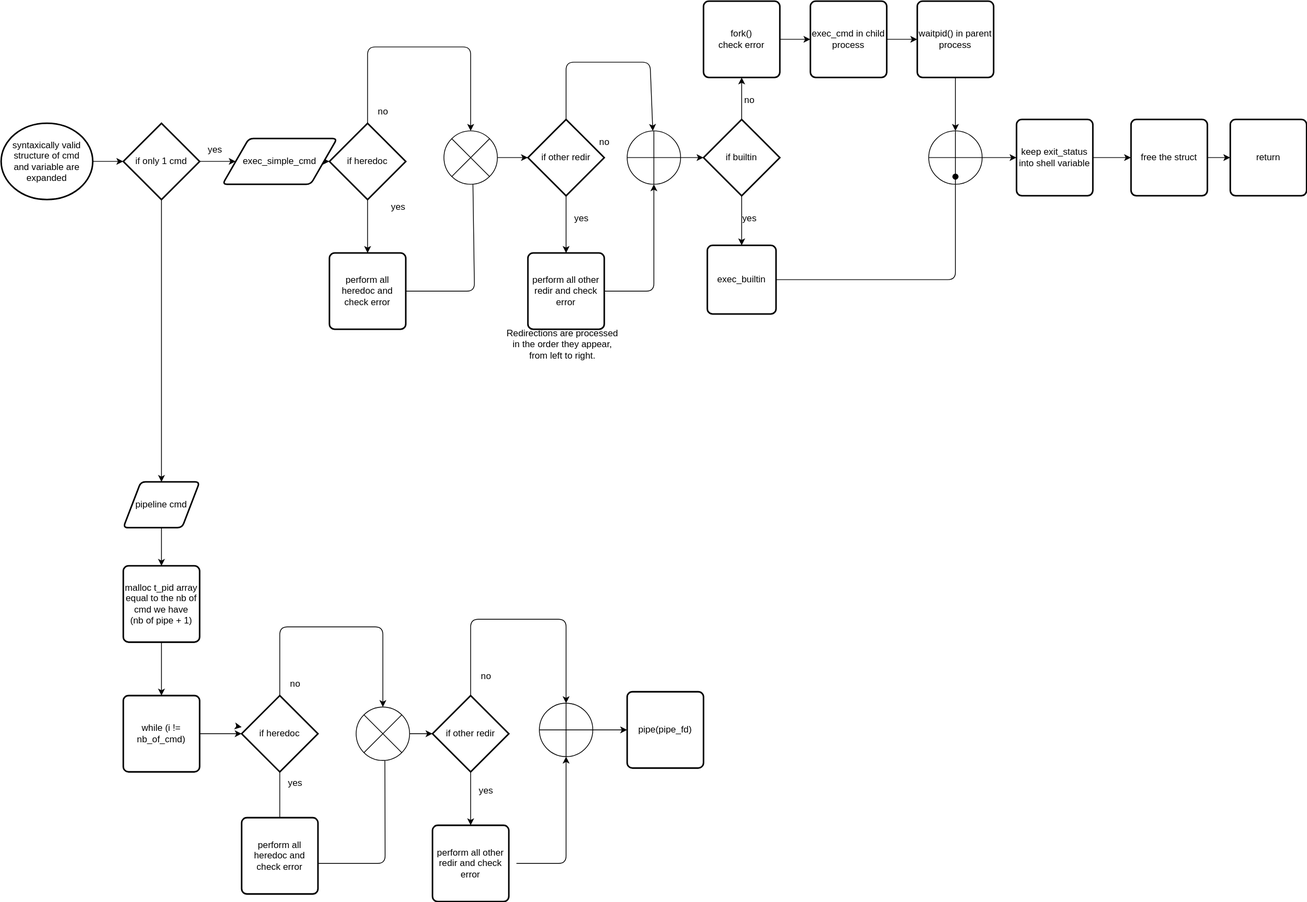
The draw.io diagram draws/execution.drawio.svg in csteylae/MiniTry, before a commit. Source tidied: cells renumbered, new cells last; positions are measured from the earlier drawing's top-left corner, leaving out a move shared by most shapes.
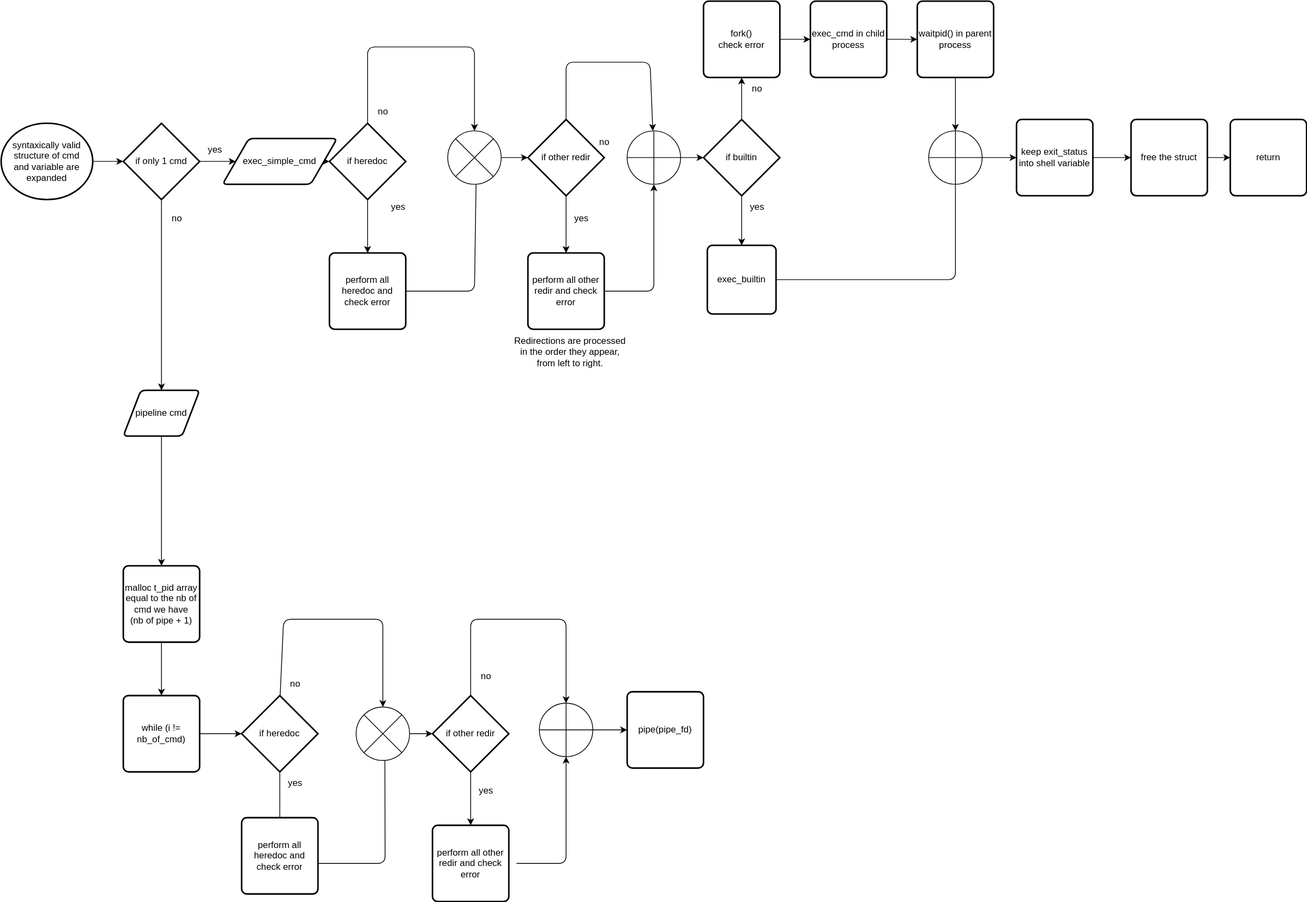
After the change.

The edit, as a diff of the source:
```diff
@@ -30,7 +30,7 @@
       <mxGeometry relative="1" as="geometry">
         <Array as="points">
           <mxPoint x="480" y="60" />
-          <mxPoint x="615" y="60" />
+          <mxPoint x="620" y="60" />
         </Array>
       </mxGeometry>
     </mxCell>
@@ -72,13 +72,13 @@
       <mxGeometry x="690" y="155" width="100" height="100" as="geometry" />
     </mxCell>
     <mxCell id="19" value="Redirections are processed &lt;br&gt;in the order they appear, &lt;br&gt;from left to right." style="text;html=1;align=center;verticalAlign=middle;strokeColor=none;fillColor=none;" parent="1" vertex="1">
-      <mxGeometry x="650" y="420" width="170" height="60" as="geometry" />
+      <mxGeometry x="660" y="430" width="170" height="60" as="geometry" />
     </mxCell>
     <mxCell id="20" style="edgeStyle=none;html=1;" parent="1" edge="1" source="21" target="18">
       <mxGeometry relative="1" as="geometry" />
     </mxCell>
     <mxCell id="21" style="verticalLabelPosition=bottom;verticalAlign=top;html=1;shape=mxgraph.flowchart.or;" parent="1" vertex="1">
-      <mxGeometry x="580" y="170" width="70" height="70" as="geometry" />
+      <mxGeometry x="585" y="170" width="70" height="70" as="geometry" />
     </mxCell>
     <mxCell id="22" style="edgeStyle=none;html=1;" parent="1" edge="1" source="23" target="27">
       <mxGeometry relative="1" as="geometry" />
@@ -100,8 +100,9 @@
     <mxCell id="27" value="if builtin" style="strokeWidth=2;html=1;shape=mxgraph.flowchart.decision;whiteSpace=wrap;" parent="1" vertex="1">
       <mxGeometry x="920" y="155" width="100" height="100" as="geometry" />
     </mxCell>
-    <mxCell id="28" style="edgeStyle=none;html=1;" parent="1" edge="1" source="29" target="54">
+    <mxCell id="28" style="edgeStyle=none;html=1;" parent="1" edge="1" source="29">
       <mxGeometry relative="1" as="geometry">
+        <mxPoint x="1250" y="230" as="targetPoint" />
         <Array as="points">
           <mxPoint x="1250" y="365" />
         </Array>
@@ -156,10 +157,10 @@
       <mxGeometry x="740" y="270" width="40" height="30" as="geometry" />
     </mxCell>
     <mxCell id="45" value="yes" style="text;html=1;align=center;verticalAlign=middle;strokeColor=none;fillColor=none;" parent="1" vertex="1">
-      <mxGeometry x="960" y="270" width="40" height="30" as="geometry" />
+      <mxGeometry x="970" y="255" width="40" height="30" as="geometry" />
     </mxCell>
     <mxCell id="46" value="no" style="text;html=1;align=center;verticalAlign=middle;strokeColor=none;fillColor=none;" parent="1" vertex="1">
-      <mxGeometry x="960" y="115" width="40" height="30" as="geometry" />
+      <mxGeometry x="970" y="100" width="40" height="30" as="geometry" />
     </mxCell>
     <mxCell id="47" style="verticalLabelPosition=bottom;verticalAlign=top;html=1;shape=mxgraph.flowchart.summing_function;" parent="1" vertex="1">
       <mxGeometry x="1215" y="170" width="70" height="70" as="geometry" />
@@ -174,7 +175,7 @@
       <mxGeometry relative="1" as="geometry" />
     </mxCell>
     <mxCell id="51" value="pipeline cmd" style="shape=parallelogram;html=1;strokeWidth=2;perimeter=parallelogramPerimeter;whiteSpace=wrap;rounded=1;arcSize=12;size=0.23;" parent="1" vertex="1">
-      <mxGeometry x="160" y="630" width="100" height="60" as="geometry" />
+      <mxGeometry x="160" y="510" width="100" height="60" as="geometry" />
     </mxCell>
     <mxCell id="52" style="edgeStyle=none;html=1;" parent="1" edge="1" source="53" target="56">
       <mxGeometry relative="1" as="geometry" />
@@ -182,20 +183,12 @@
     <mxCell id="53" value="malloc t_pid array equal to the nb of cmd we have &lt;br&gt;(nb of pipe + 1)" style="rounded=1;whiteSpace=wrap;html=1;absoluteArcSize=1;arcSize=14;strokeWidth=2;" parent="1" vertex="1">
       <mxGeometry x="160" y="740" width="100" height="100" as="geometry" />
     </mxCell>
-    <mxCell id="54" style="shape=waypoint;sketch=0;size=6;points=[];fillColor=default;perimeter=centerPerimeter;snapToPoint=1;rounded=1;arcSize=14;strokeWidth=2;" parent="1" vertex="1">
-      <mxGeometry x="1240" y="220" width="20" height="20" as="geometry" />
-    </mxCell>
     <mxCell id="55" style="edgeStyle=none;html=1;" parent="1" edge="1" source="56" target="60">
       <mxGeometry relative="1" as="geometry" />
     </mxCell>
     <mxCell id="56" value="while (i != nb_of_cmd)" style="rounded=1;whiteSpace=wrap;html=1;absoluteArcSize=1;arcSize=14;strokeWidth=2;" parent="1" vertex="1">
       <mxGeometry x="160" y="910" width="100" height="100" as="geometry" />
     </mxCell>
-    <mxCell id="57" style="edgeStyle=none;html=1;" parent="1" edge="1" target="60">
-      <mxGeometry relative="1" as="geometry">
-        <mxPoint x="307.8" y="950" as="sourcePoint" />
-      </mxGeometry>
-    </mxCell>
     <mxCell id="58" style="edgeStyle=none;html=1;" parent="1" edge="1">
       <mxGeometry relative="1" as="geometry">
         <mxPoint x="365" y="1010" as="sourcePoint" />
@@ -206,8 +199,8 @@
       <mxGeometry relative="1" as="geometry">
         <mxPoint x="365" y="920" as="sourcePoint" />
         <Array as="points">
-          <mxPoint x="365" y="820" />
-          <mxPoint x="500" y="820" />
+          <mxPoint x="370" y="810" />
+          <mxPoint x="500" y="810" />
         </Array>
       </mxGeometry>
     </mxCell>
@@ -278,5 +271,8 @@
     <mxCell id="76" value="pipe(pipe_fd)" style="rounded=1;whiteSpace=wrap;html=1;absoluteArcSize=1;arcSize=14;strokeWidth=2;" parent="1" vertex="1">
       <mxGeometry x="820" y="905" width="100" height="100" as="geometry" />
     </mxCell>
+    <mxCell id="77" value="no" style="text;html=1;align=center;verticalAlign=middle;strokeColor=none;fillColor=none;" parent="1" vertex="1">
+      <mxGeometry x="210" y="270" width="40" height="30" as="geometry" />
+    </mxCell>
   </root>
 </mxGraphModel>
```
